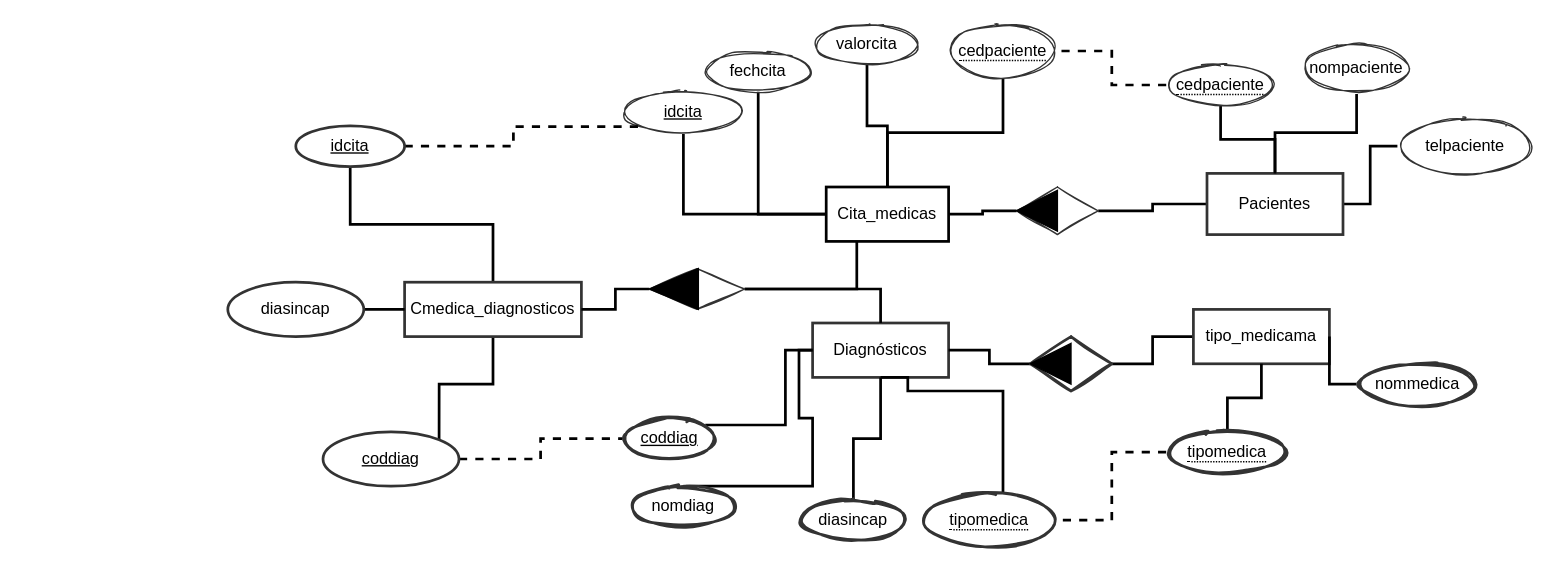
Above: page "Page-1" (1 of 2) of Untitled Diagram.drawio in benkx/Java_POO (draw.io), before the change. Source tidied: cells renumbered, new cells numbered last; positions are measured from the earlier drawing's top-left corner, leaving out a move shared by most shapes. Both pictures are drawn from the tidied source at 136%, with x=0, y=0 at pixel (227, 23).
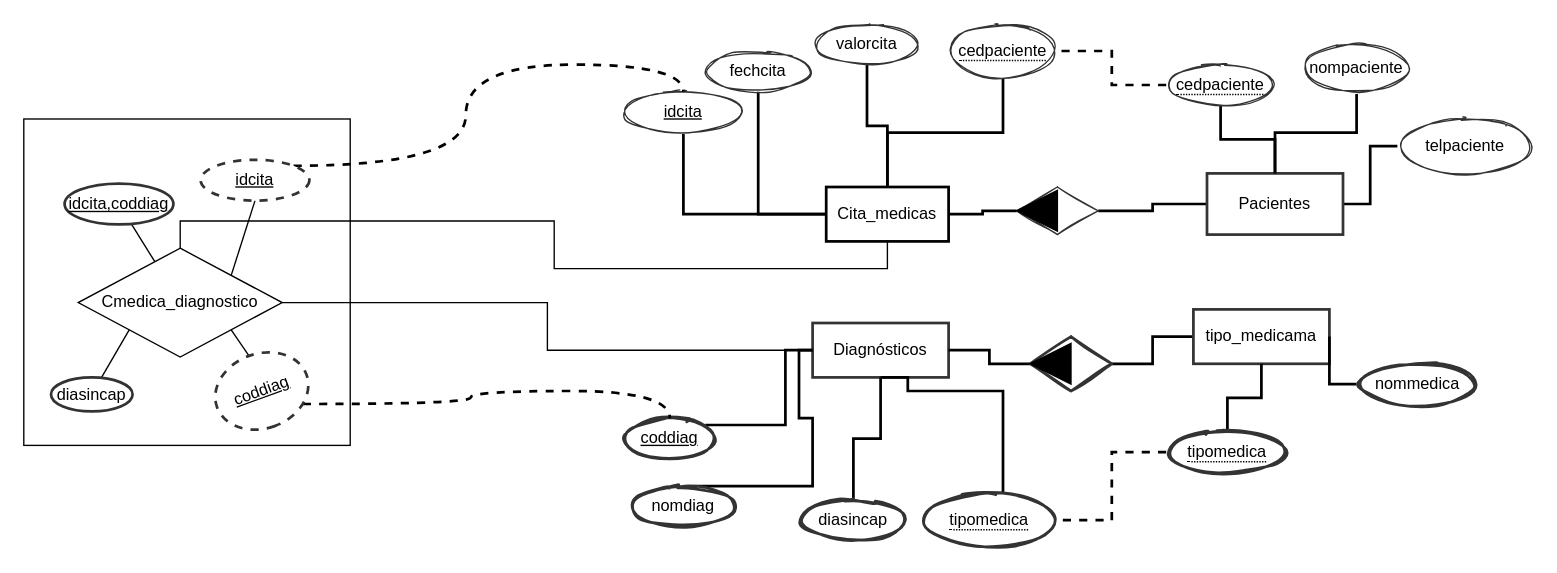
The same diagram, later.

The change refers to these unchanged cells:
```xml
<mxCell id="9" value="Cita_medicas" style="whiteSpace=wrap;html=1;align=center;strokeWidth=2;" parent="1" vertex="1">
  <mxGeometry x="440" y="120" width="90" height="40" as="geometry" />
</mxCell>
<mxCell id="10" value="idcita" style="ellipse;whiteSpace=wrap;html=1;align=center;fontStyle=4;rounded=0;shadow=0;sketch=1;disableMultiStroke=0;disableMultiStrokeFill=0;fillStyle=solid;strokeColor=#333333;gradientColor=none;fillColor=#FFFFFF;" parent="1" vertex="1">
  <mxGeometry x="290" y="50" width="90" height="30" as="geometry" />
</mxCell>
<mxCell id="22" value="Diagnósticos" style="whiteSpace=wrap;html=1;align=center;rounded=0;shadow=0;sketch=0;disableMultiStroke=0;disableMultiStrokeFill=0;fillStyle=auto;strokeColor=#333333;fillColor=#FFFFFF;gradientColor=none;strokeWidth=2;" parent="1" vertex="1">
  <mxGeometry x="430" y="220" width="100" height="40" as="geometry" />
</mxCell>
<mxCell id="28" value="coddiag" style="ellipse;whiteSpace=wrap;html=1;align=center;fontStyle=4;rounded=0;shadow=0;sketch=1;disableMultiStroke=0;disableMultiStrokeFill=0;fillStyle=auto;strokeColor=#333333;strokeWidth=2;fillColor=#FFFFFF;gradientColor=none;" parent="1" vertex="1">
  <mxGeometry x="290" y="290" width="70" height="30" as="geometry" />
</mxCell>
```

What changed in the source:
```diff
@@
-    <mxCell id="40" style="edgeStyle=orthogonalEdgeStyle;rounded=0;jettySize=auto;html=1;endArrow=none;endFill=0;strokeWidth=2;" parent="1" edge="1" source="42" target="44">
-      <mxGeometry relative="1" as="geometry" />
-    </mxCell>
-    <mxCell id="41" style="edgeStyle=orthogonalEdgeStyle;rounded=0;jettySize=auto;html=1;entryX=1;entryY=0;entryDx=0;entryDy=0;endArrow=none;endFill=0;strokeWidth=2;" parent="1" edge="1" source="42" target="46">
-      <mxGeometry relative="1" as="geometry" />
-    </mxCell>
-    <mxCell id="42" value="Cmedica_diagnosticos" style="whiteSpace=wrap;html=1;align=center;rounded=0;shadow=0;sketch=0;disableMultiStroke=0;disableMultiStrokeFill=0;fillStyle=auto;strokeColor=#333333;strokeWidth=2;fillColor=#FFFFFF;gradientColor=none;imageAspect=0;" parent="1" vertex="1">
-      <mxGeometry x="130" y="190" width="130" height="40" as="geometry" />
-    </mxCell>
+    <mxCell id="54" style="triangle;whiteSpace=wrap;html=1;rounded=0;shadow=0;sketch=0;strokeWidth=1;gradientColor=none;align=center;rotation=-180;fillColor=#000000;" parent="1" vertex="1">
+      <mxGeometry x="580" y="122.5" width="30" height="30" as="geometry" />
+    </mxCell>
+    <mxCell id="55" style="triangle;whiteSpace=wrap;html=1;rounded=0;shadow=0;sketch=0;strokeWidth=1;gradientColor=none;align=center;rotation=-180;fillColor=#000000;" parent="1" vertex="1">
+      <mxGeometry x="590" y="235" width="30" height="30" as="geometry" />
+    </mxCell>
+    <mxCell id="56" style="whiteSpace=wrap;html=1;" parent="1" vertex="1">
+      <mxGeometry x="-150" y="70" width="240" height="240" as="geometry" />
+    </mxCell>
+    <mxCell id="57" style="edgeStyle=none;rounded=0;jettySize=auto;html=1;exitX=1;exitY=0;exitDx=0;exitDy=0;entryX=0.5;entryY=1;entryDx=0;entryDy=0;endArrow=none;endFill=0;" parent="1" edge="1" source="60" target="44">
+      <mxGeometry relative="1" as="geometry" />
+    </mxCell>
+    <mxCell id="58" style="edgeStyle=orthogonalEdgeStyle;rounded=0;jettySize=auto;html=1;exitX=0.5;exitY=0;exitDx=0;exitDy=0;endArrow=none;endFill=0;strokeWidth=1;" parent="1" edge="1" source="60" target="9">
+      <mxGeometry relative="1" as="geometry" />
+    </mxCell>
+    <mxCell id="59" style="edgeStyle=orthogonalEdgeStyle;rounded=0;jettySize=auto;html=1;exitX=1;exitY=0.5;exitDx=0;exitDy=0;endArrow=none;endFill=0;strokeWidth=1;" parent="1" edge="1" source="60" target="22">
+      <mxGeometry relative="1" as="geometry" />
+    </mxCell>
+    <mxCell id="60" value="Cmedica_diagnostico" style="shape=rhombus;perimeter=rhombusPerimeter;whiteSpace=wrap;html=1;align=center;" parent="1" vertex="1">
+      <mxGeometry x="-110" y="165" width="150" height="80" as="geometry" />
+    </mxCell>
+    <mxCell id="61" style="rounded=0;jettySize=auto;html=1;endArrow=none;endFill=0;" parent="1" edge="1" source="62" target="60">
+      <mxGeometry relative="1" as="geometry" />
+    </mxCell>
+    <mxCell id="62" value="idcita,coddiag" style="ellipse;whiteSpace=wrap;html=1;align=center;fontStyle=4;rounded=0;shadow=0;sketch=0;disableMultiStroke=0;disableMultiStrokeFill=0;fillStyle=auto;strokeColor=#333333;strokeWidth=2;fillColor=#FFFFFF;gradientColor=none;" parent="1" vertex="1">
+      <mxGeometry x="-120" y="117.5" width="80" height="30" as="geometry" />
+    </mxCell>
+    <mxCell id="63" style="edgeStyle=none;rounded=0;jettySize=auto;html=1;entryX=0;entryY=1;entryDx=0;entryDy=0;endArrow=none;endFill=0;" parent="1" edge="1" source="48" target="60">
+      <mxGeometry relative="1" as="geometry" />
+    </mxCell>
+    <mxCell id="48" value="diasincap" style="ellipse;whiteSpace=wrap;html=1;align=center;rounded=0;shadow=0;sketch=0;disableMultiStroke=0;disableMultiStrokeFill=0;fillStyle=auto;strokeColor=#333333;strokeWidth=2;fillColor=#FFFFFF;gradientColor=none;" parent="1" vertex="1">
+      <mxGeometry x="-130" y="260" width="60" height="25" as="geometry" />
+    </mxCell>
-    <mxCell id="43" style="edgeStyle=orthogonalEdgeStyle;rounded=0;jettySize=auto;html=1;entryX=0;entryY=1;entryDx=0;entryDy=0;dashed=1;endArrow=none;endFill=0;strokeWidth=2;" parent="1" edge="1" source="44" target="10">
+    <mxCell id="43" style="edgeStyle=orthogonalEdgeStyle;rounded=0;jettySize=auto;html=1;exitX=1;exitY=0;exitDx=0;exitDy=0;endArrow=none;endFill=0;curved=1;dashed=1;entryX=0.5;entryY=0;entryDx=0;entryDy=0;strokeWidth=2;" parent="1" edge="1" source="44" target="10">
       <mxGeometry relative="1" as="geometry" />
     </mxCell>
-    <mxCell id="44" value="idcita" style="ellipse;whiteSpace=wrap;html=1;align=center;fontStyle=4;rounded=0;shadow=0;sketch=0;disableMultiStroke=0;disableMultiStrokeFill=0;fillStyle=auto;strokeColor=#333333;strokeWidth=2;fillColor=#FFFFFF;gradientColor=none;" parent="1" vertex="1">
-      <mxGeometry x="50" y="75" width="80" height="30" as="geometry" />
+    <mxCell id="44" value="idcita" style="ellipse;whiteSpace=wrap;html=1;align=center;fontStyle=4;rounded=0;shadow=0;sketch=0;disableMultiStroke=0;disableMultiStrokeFill=0;fillStyle=auto;strokeColor=#333333;strokeWidth=2;fillColor=#FFFFFF;gradientColor=none;dashed=1;" parent="1" vertex="1">
+      <mxGeometry x="-20" y="100" width="80" height="30" as="geometry" />
     </mxCell>
+    <mxCell id="64" style="edgeStyle=none;rounded=0;jettySize=auto;html=1;exitX=0;exitY=0.5;exitDx=0;exitDy=0;entryX=1;entryY=1;entryDx=0;entryDy=0;endArrow=none;endFill=0;" parent="1" edge="1" source="46" target="60">
+      <mxGeometry relative="1" as="geometry" />
+    </mxCell>
-    <mxCell id="45" style="edgeStyle=orthogonalEdgeStyle;rounded=0;jettySize=auto;html=1;dashed=1;endArrow=none;endFill=0;strokeWidth=2;" parent="1" edge="1" source="46" target="28">
+    <mxCell id="45" style="edgeStyle=orthogonalEdgeStyle;curved=1;rounded=0;jettySize=auto;html=1;exitX=1;exitY=0;exitDx=0;exitDy=0;entryX=0.5;entryY=0;entryDx=0;entryDy=0;dashed=1;endArrow=none;endFill=0;strokeWidth=2;" parent="1" edge="1" source="46" target="28">
       <mxGeometry relative="1" as="geometry" />
     </mxCell>
-    <mxCell id="46" value="coddiag" style="ellipse;whiteSpace=wrap;html=1;align=center;fontStyle=4;rounded=0;shadow=0;sketch=0;disableMultiStroke=0;disableMultiStrokeFill=0;fillStyle=auto;strokeColor=#333333;strokeWidth=2;fillColor=#FFFFFF;gradientColor=none;" parent="1" vertex="1">
-      <mxGeometry x="70" y="300" width="100" height="40" as="geometry" />
+    <mxCell id="46" value="coddiag" style="ellipse;whiteSpace=wrap;html=1;align=center;fontStyle=4;rounded=0;shadow=0;sketch=0;disableMultiStroke=0;disableMultiStrokeFill=0;fillStyle=auto;strokeColor=#333333;strokeWidth=2;fillColor=#FFFFFF;gradientColor=none;direction=south;rotation=-20;dashed=1;" parent="1" vertex="1">
+      <mxGeometry x="-10" y="242.5" width="70" height="55" as="geometry" />
     </mxCell>
-    <mxCell id="47" style="edgeStyle=orthogonalEdgeStyle;rounded=0;jettySize=auto;html=1;endArrow=none;endFill=0;strokeWidth=2;" parent="1" edge="1" source="48" target="42">
-      <mxGeometry relative="1" as="geometry" />
-    </mxCell>
-    <mxCell id="48" value="diasincap" style="ellipse;whiteSpace=wrap;html=1;align=center;rounded=0;shadow=0;sketch=0;disableMultiStroke=0;disableMultiStrokeFill=0;fillStyle=auto;strokeColor=#333333;strokeWidth=2;fillColor=#FFFFFF;gradientColor=none;" parent="1" vertex="1">
-      <mxGeometry y="190" width="100" height="40" as="geometry" />
-    </mxCell>
-    <mxCell id="49" style="edgeStyle=orthogonalEdgeStyle;rounded=0;jettySize=auto;html=1;endArrow=none;endFill=0;strokeWidth=2;" parent="1" edge="1" source="52" target="42">
-      <mxGeometry relative="1" as="geometry" />
-    </mxCell>
-    <mxCell id="50" style="edgeStyle=orthogonalEdgeStyle;rounded=0;jettySize=auto;html=1;entryX=0.25;entryY=1;entryDx=0;entryDy=0;endArrow=none;endFill=0;strokeWidth=2;" parent="1" edge="1" source="52" target="9">
-      <mxGeometry relative="1" as="geometry" />
-    </mxCell>
-    <mxCell id="51" style="edgeStyle=orthogonalEdgeStyle;rounded=0;jettySize=auto;html=1;endArrow=none;endFill=0;strokeWidth=2;" parent="1" edge="1" source="52" target="22">
-      <mxGeometry relative="1" as="geometry" />
-    </mxCell>
-    <mxCell id="52" style="shape=rhombus;perimeter=rhombusPerimeter;whiteSpace=wrap;html=1;align=center;rounded=0;shadow=0;sketch=1;disableMultiStroke=0;disableMultiStrokeFill=0;fillStyle=solid;strokeColor=#333333;gradientColor=none;fillColor=#FFFFFF;" parent="1" vertex="1">
-      <mxGeometry x="310" y="180" width="70" height="30" as="geometry" />
-    </mxCell>
-    <mxCell id="53" style="triangle;whiteSpace=wrap;html=1;rounded=0;shadow=0;sketch=0;strokeWidth=1;gradientColor=none;align=center;rotation=-180;fillColor=#000000;" parent="1" vertex="1">
-      <mxGeometry x="310" y="180" width="36" height="30" as="geometry" />
-    </mxCell>
-    <mxCell id="54" style="triangle;whiteSpace=wrap;html=1;rounded=0;shadow=0;sketch=0;strokeWidth=1;gradientColor=none;align=center;rotation=-180;fillColor=#000000;" parent="1" vertex="1">
-      <mxGeometry x="580" y="122.5" width="30" height="30" as="geometry" />
-    </mxCell>
-    <mxCell id="55" style="triangle;whiteSpace=wrap;html=1;rounded=0;shadow=0;sketch=0;strokeWidth=1;gradientColor=none;align=center;rotation=-180;fillColor=#000000;" parent="1" vertex="1">
-      <mxGeometry x="590" y="235" width="30" height="30" as="geometry" />
-    </mxCell>
```
